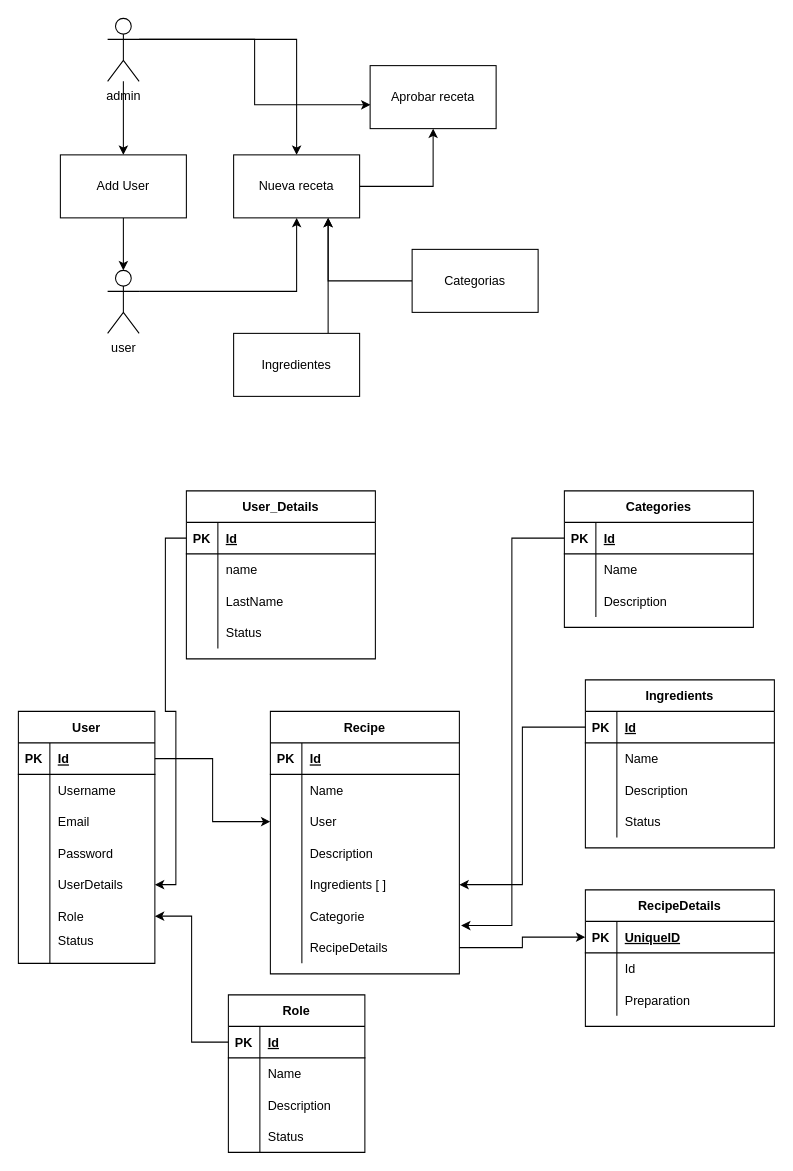
Earlier version of the draw.io diagram use-case.drawio (moisescastro13/kitchen-recipes). Source tidied: cells renumbered, new cells numbered last; positions are measured from the earlier drawing's top-left corner, leaving out a move shared by most shapes. Both pictures are drawn from the tidied source at 105%, with x=0, y=0 at pixel (18, 18).
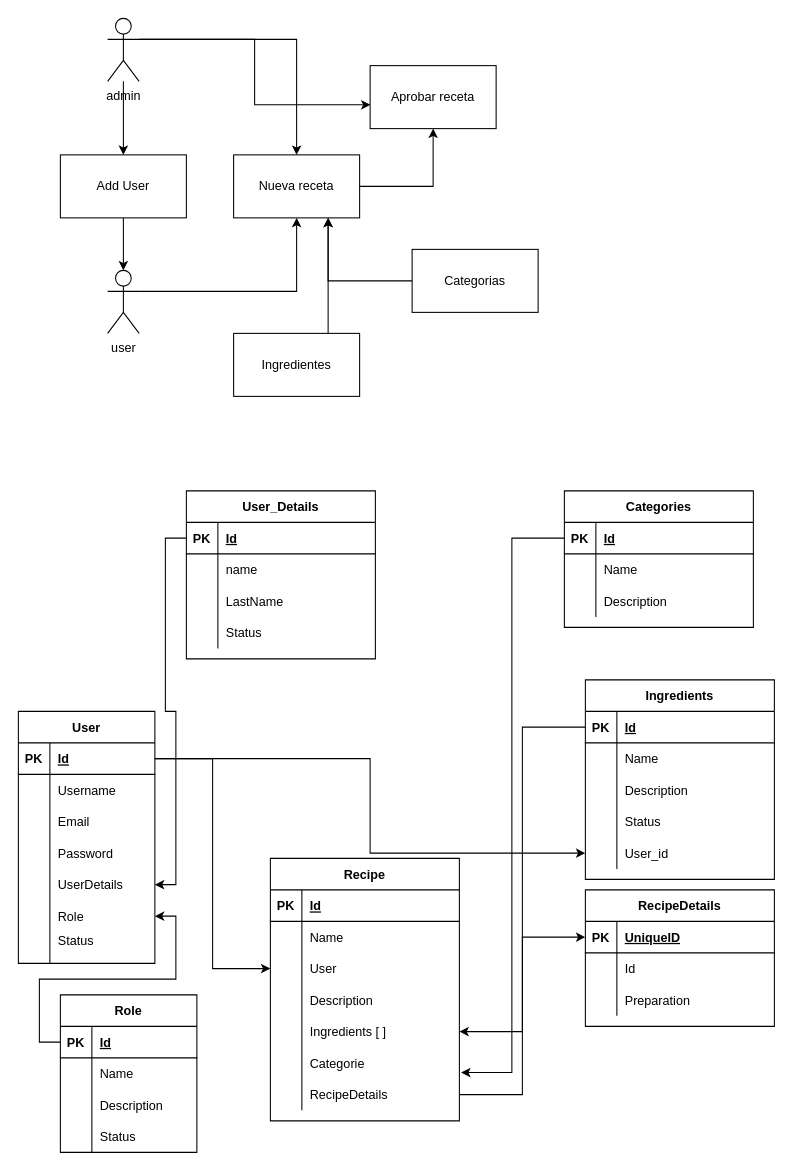
The same diagram, later.

The change refers to these unchanged cells:
```xml
<mxCell id="18" style="shape=partialRectangle;fillColor=none;top=0;left=0;bottom=1;right=0;points=[[0,0.5],[1,0.5]];portConstraint=eastwest;" parent="17" vertex="1">
  <mxGeometry y="30" width="130" height="30" as="geometry" />
</mxCell>
```

Diff of the diagram source:
```diff
@@
     <mxCell id="52" value="Role" style="shape=table;startSize=30;childLayout=tableLayout;rowLines=0;fontStyle=1;align=center;" parent="1" vertex="1">
-      <mxGeometry x="200" y="930" width="130" height="150" as="geometry" />
+      <mxGeometry x="40" y="930" width="130" height="150" as="geometry" />
     </mxCell>
@@
     <mxCell id="77" value="Ingredients" style="shape=table;startSize=30;childLayout=tableLayout;rowLines=0;fontStyle=1;align=center;" parent="1" vertex="1">
-      <mxGeometry x="540" y="630" width="180" height="160" as="geometry" />
+      <mxGeometry x="540" y="630" width="180" height="190" as="geometry" />
     </mxCell>
@@
+    <mxCell id="126" style="shape=partialRectangle;fillColor=none;top=0;left=0;bottom=0;right=0;points=[[0,0.5],[1,0.5]];portConstraint=eastwest;" parent="77" vertex="1">
+      <mxGeometry y="150" width="180" height="30" as="geometry" />
+    </mxCell>
+    <mxCell id="127" style="shape=partialRectangle;fillColor=none;top=0;left=0;bottom=0;right=0;overflow=hidden;" parent="126" vertex="1">
+      <mxGeometry width="30" height="30" as="geometry" />
+    </mxCell>
+    <mxCell id="128" value="User_id" style="shape=partialRectangle;fillColor=none;top=0;left=0;bottom=0;right=0;align=left;spacingLeft=6;overflow=hidden;" parent="126" vertex="1">
+      <mxGeometry x="30" width="150" height="30" as="geometry" />
+    </mxCell>
     <mxCell id="90" value="Recipe" style="shape=table;startSize=30;childLayout=tableLayout;rowLines=0;fontStyle=1;align=center;" parent="1" vertex="1">
-      <mxGeometry x="240" y="660" width="180" height="250" as="geometry" />
+      <mxGeometry x="240" y="800" width="180" height="250" as="geometry" />
     </mxCell>
@@
+    <mxCell id="129" style="edgeStyle=orthogonalEdgeStyle;rounded=0;jettySize=auto;html=1;exitX=1;exitY=0.5;exitDx=0;exitDy=0;entryX=0;entryY=0.5;entryDx=0;entryDy=0;" parent="1" edge="1" source="18" target="126">
+      <mxGeometry relative="1" as="geometry" />
+    </mxCell>
```
